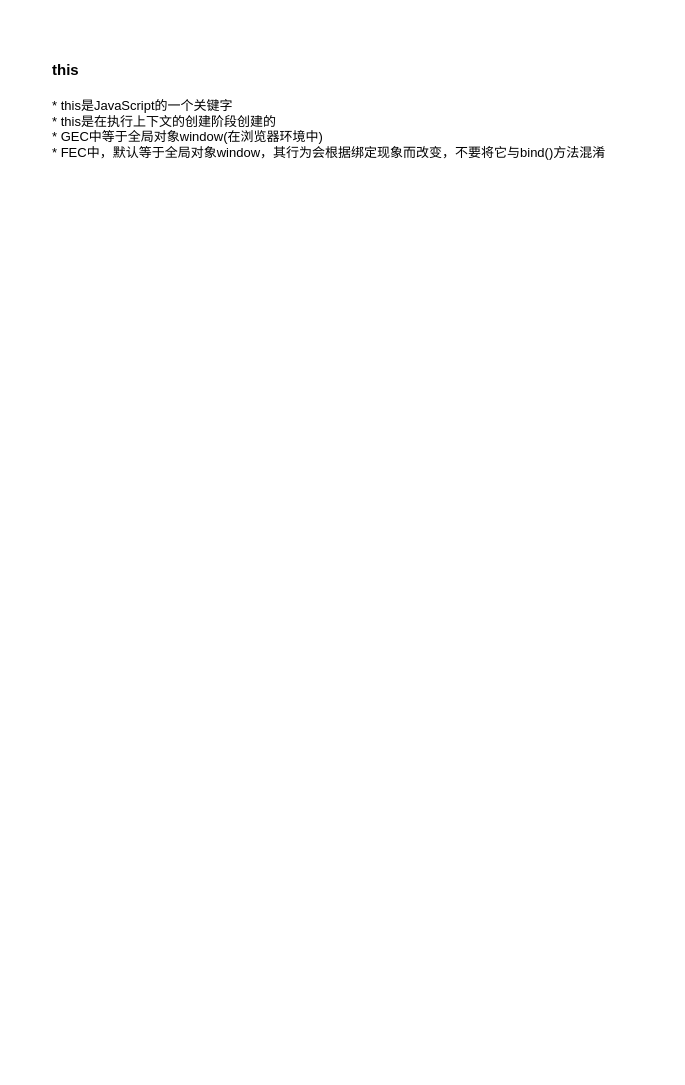
Before: page "this关键字" (4 of 4) of JavaScript-basic.drawio in CreateEngine/javascript-basic, a draw.io diagram. Source tidied: cells renumbered, new cells numbered last; positions are measured from the earlier drawing's top-left corner, leaving out a move shared by most shapes. Both pictures are drawn from the tidied source at 100%, with x=0, y=0 at pixel (47, 47).
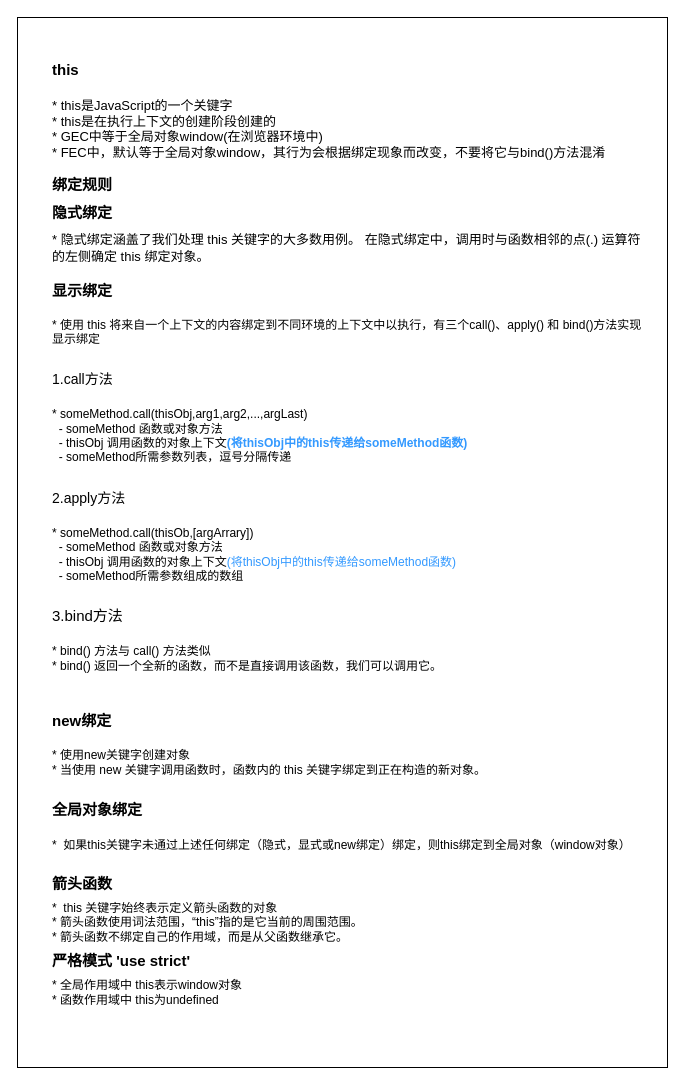
The same page after the edit.

What changed in the source:
```diff
@@
 <mxGraphModel>
   <root>
     <mxCell id="0" />
     <mxCell id="1" parent="0" />
+    <mxCell id="3" style="rounded=0;whiteSpace=wrap;html=1;" parent="1" vertex="1">
+      <mxGeometry x="-30" y="-30" width="650" height="1050" as="geometry" />
+    </mxCell>
     <mxCell id="2" value="&lt;h1&gt;&lt;span style=&quot;font-size: 15px&quot;&gt;this&lt;/span&gt;&amp;nbsp; &amp;nbsp;&lt;/h1&gt;&lt;div&gt;&lt;font style=&quot;font-weight: normal ; font-size: 13px&quot;&gt;* this是JavaScript的一个关键字&amp;nbsp;&lt;/font&gt;&lt;/div&gt;&lt;div&gt;&lt;font style=&quot;font-weight: normal ; font-size: 13px&quot;&gt;* this是在执行上下文的创建阶段创建的&lt;/font&gt;&lt;/div&gt;&lt;div&gt;&lt;font style=&quot;font-weight: normal ; font-size: 13px&quot;&gt;* GEC中等于全局对象window(在浏览器环境中)&lt;/font&gt;&lt;/div&gt;&lt;div&gt;&lt;font style=&quot;font-weight: normal ; font-size: 13px&quot;&gt;* FEC中，默认等于全局对象window，其行为会根据绑定现象而改变，不要将它与bind()方法混淆&lt;/font&gt;&lt;/div&gt;&lt;br&gt;&lt;div&gt;&lt;font style=&quot;font-weight: normal ; font-size: 13px&quot;&gt;&lt;br&gt;&lt;/font&gt;&lt;/div&gt;" style="text;html=1;strokeColor=none;fillColor=none;spacing=5;spacingTop=-20;whiteSpace=wrap;overflow=hidden;rounded=0;" parent="1" vertex="1">
-      <mxGeometry width="570" height="200" as="geometry" />
+      <mxGeometry width="570" height="130" as="geometry" />
     </mxCell>
+    <mxCell id="4" value="&lt;h1 style=&quot;font-size: 14px&quot;&gt;&lt;span style=&quot;font-size: 15px&quot;&gt;绑定规则&lt;/span&gt;&amp;nbsp;&amp;nbsp;&lt;/h1&gt;&lt;h1 style=&quot;font-size: 14px&quot;&gt;&lt;font style=&quot;font-size: 15px&quot;&gt;隐式绑定&lt;/font&gt;&lt;/h1&gt;&lt;div style=&quot;font-size: 14px&quot;&gt;&lt;font style=&quot;font-size: 14px&quot;&gt;&lt;span style=&quot;font-size: 13px&quot;&gt;* 隐式绑定涵盖了我们处理 this 关键字的大多数用例。 在隐式绑定中，调用时与函数相邻的点(.) 运算符的左侧确定 this 绑定对象。&lt;/span&gt;&lt;br&gt;&lt;/font&gt;&lt;/div&gt;&lt;div style=&quot;font-size: 14px&quot;&gt;&lt;font style=&quot;font-size: 14px&quot;&gt;&lt;span style=&quot;font-size: 13px&quot;&gt;&lt;br&gt;&lt;/span&gt;&lt;/font&gt;&lt;/div&gt;&lt;div style=&quot;font-size: 14px&quot;&gt;&lt;font style=&quot;font-size: 15px&quot;&gt;&lt;b&gt;显示绑定&lt;/b&gt;&lt;/font&gt;&lt;/div&gt;&lt;div style=&quot;font-size: 14px&quot;&gt;&lt;font style=&quot;font-size: 15px&quot;&gt;&lt;b&gt;&lt;br&gt;&lt;/b&gt;&lt;/font&gt;&lt;/div&gt;* 使用 this 将来自一个上下文的内容绑定到不同环境的上下文中以执行，有三个call()、apply() 和 bind()方法实现显示绑定&lt;br&gt;&lt;div&gt;&lt;font&gt;&lt;h1 style=&quot;font-weight: normal&quot;&gt;&lt;font style=&quot;font-size: 14px&quot;&gt;1.call方法&lt;/font&gt;&lt;span style=&quot;font-size: 13px&quot;&gt;&amp;nbsp;&amp;nbsp;&lt;/span&gt;&lt;/h1&gt;&lt;div style=&quot;font-weight: normal ; font-size: 12px&quot;&gt;* someMethod.call(thisObj,arg1,arg2,...,argLast)&lt;br&gt;&lt;/div&gt;&lt;div style=&quot;font-weight: normal ; font-size: 12px&quot;&gt;&amp;nbsp; - someMethod 函数或对象方法&lt;/div&gt;&lt;div style=&quot;font-size: 12px&quot;&gt;&amp;nbsp; - thisObj 调用函数的对象上下文&lt;b&gt;&lt;font color=&quot;#3399ff&quot;&gt;(将thisObj中的this传递给someMethod函数)&lt;/font&gt;&lt;/b&gt;&lt;/div&gt;&lt;div style=&quot;font-weight: normal ; font-size: 12px&quot;&gt;&amp;nbsp; - someMethod所需参数列表，逗号分隔传递&lt;/div&gt;&lt;div&gt;&lt;h1&gt;&lt;span style=&quot;font-weight: normal&quot;&gt;&lt;font style=&quot;font-size: 14px&quot;&gt;2.apply方法&lt;/font&gt;&lt;span style=&quot;font-size: 12px&quot;&gt;&amp;nbsp;&amp;nbsp;&lt;/span&gt;&lt;/span&gt;&lt;/h1&gt;&lt;div style=&quot;font-size: 12px&quot;&gt;* someMethod.call(thisOb,[argArrary])&lt;br&gt;&lt;/div&gt;&lt;div style=&quot;font-size: 12px&quot;&gt;&amp;nbsp; - someMethod 函数或对象方法&lt;/div&gt;&lt;div style=&quot;font-size: 12px&quot;&gt;&amp;nbsp; - thisObj 调用函数的对象上下文&lt;span&gt;&lt;font color=&quot;#3399ff&quot;&gt;(将thisObj中的this传递给someMethod函数)&lt;/font&gt;&lt;/span&gt;&lt;/div&gt;&lt;div style=&quot;font-size: 12px&quot;&gt;&amp;nbsp; - someMethod所需参数组成的数组&lt;/div&gt;&lt;/div&gt;&lt;div style=&quot;font-size: 12px&quot;&gt;&lt;h1&gt;&lt;span style=&quot;font-weight: normal&quot;&gt;&lt;span style=&quot;font-size: 15px&quot;&gt;3.bind方法&lt;/span&gt;&amp;nbsp;&amp;nbsp;&lt;/span&gt;&lt;/h1&gt;* bind() 方法与 call() 方法类似&lt;/div&gt;&lt;div style=&quot;font-size: 12px&quot;&gt;* bind() 返回一个全新的函数，而不是直接调用该函数，我们可以调用它。&lt;br&gt;&lt;/div&gt;&lt;div style=&quot;font-size: 12px&quot;&gt;&lt;br&gt;&lt;/div&gt;&lt;div style=&quot;font-size: 12px&quot;&gt;&lt;h1&gt;&lt;span style=&quot;font-size: 15px&quot;&gt;new绑定&lt;/span&gt;&amp;nbsp;&lt;/h1&gt;* 使用new关键字创建对象&lt;br&gt;&lt;/div&gt;&lt;div style=&quot;font-size: 12px&quot;&gt;* 当使用 new 关键字调用函数时，函数内的 this 关键字绑定到正在构造的新对象。&lt;br&gt;&lt;/div&gt;&lt;div&gt;&lt;div style=&quot;font-size: 12px&quot;&gt;&lt;h1&gt;&lt;span style=&quot;font-size: 15px&quot;&gt;全局对象绑定&lt;/span&gt;&lt;/h1&gt;* &lt;span&gt;&amp;nbsp;如果this关键字未通过上述任何绑定（隐式，显式或new绑定）绑定，则this绑定到全局对象（window对象）&lt;/span&gt;&lt;/div&gt;&lt;div style=&quot;font-size: 12px&quot;&gt;&lt;br&gt;&lt;/div&gt;&lt;div&gt;&lt;h1 style=&quot;font-size: 12px&quot;&gt;&lt;span style=&quot;font-size: 15px&quot;&gt;箭头函数&lt;/span&gt;&lt;/h1&gt;*&amp;nbsp;&amp;nbsp;&lt;span&gt;this 关键字始终表示定义箭头函数的对象&lt;/span&gt;&lt;br&gt;&lt;/div&gt;&lt;div&gt;&lt;span&gt;*&amp;nbsp;&lt;/span&gt;&lt;span&gt;箭头函数使用词法范围，“this”指的是它当前的周围范围。&lt;/span&gt;&lt;/div&gt;&lt;div&gt;&lt;span&gt;*&amp;nbsp;&lt;/span&gt;&lt;span&gt;箭头函数不绑定自己的作用域，而是从父函数继承它。&lt;/span&gt;&lt;/div&gt;&lt;/div&gt;&lt;div&gt;&lt;h1 style=&quot;font-size: 12px&quot;&gt;&lt;span style=&quot;font-size: 15px&quot;&gt;严格模式 'use strict'&lt;/span&gt;&lt;/h1&gt;* 全局作用域中 this表示window对象&lt;br&gt;&lt;/div&gt;&lt;div&gt;* 函数作用域中 this为undefined&lt;/div&gt;&lt;/font&gt;&lt;/div&gt;" style="text;html=1;strokeColor=none;fillColor=none;spacing=5;spacingTop=-20;whiteSpace=wrap;overflow=hidden;rounded=0;" parent="1" vertex="1">
+      <mxGeometry y="130" width="600" height="870" as="geometry" />
+    </mxCell>
   </root>
 </mxGraphModel>
```
